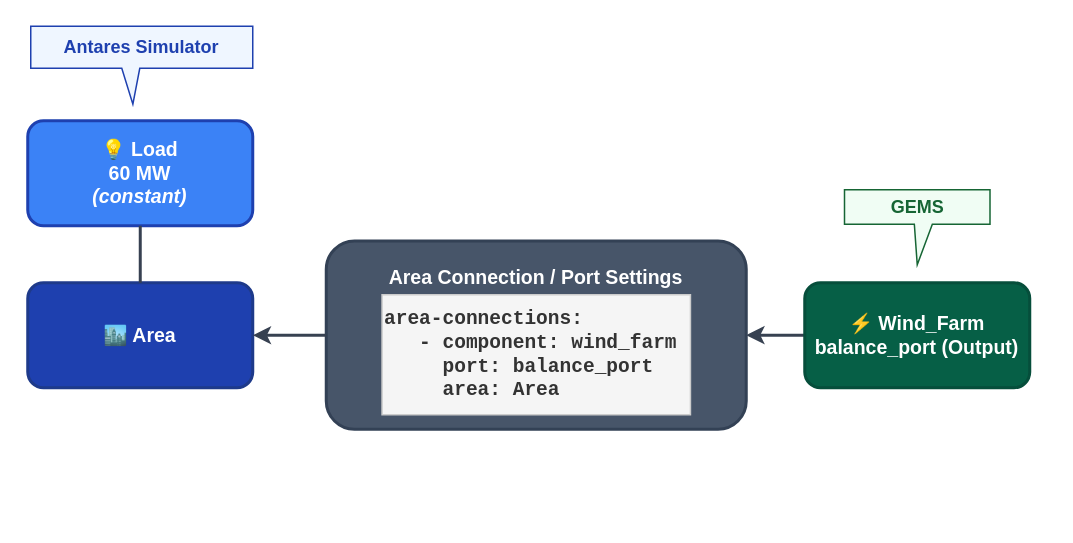
AntaresSimulatorTeam/GEMS keeps this draw.io diagram as doc/assets/4_hybrid_study_scheme.drawio. Above is the earlier version. Source tidied: cells renumbered, new cells numbered last; positions are measured from the earlier drawing's top-left corner, leaving out a move shared by most shapes. Both pictures are drawn from the tidied source at 150%, with x=0, y=0 at pixel (27, 26).
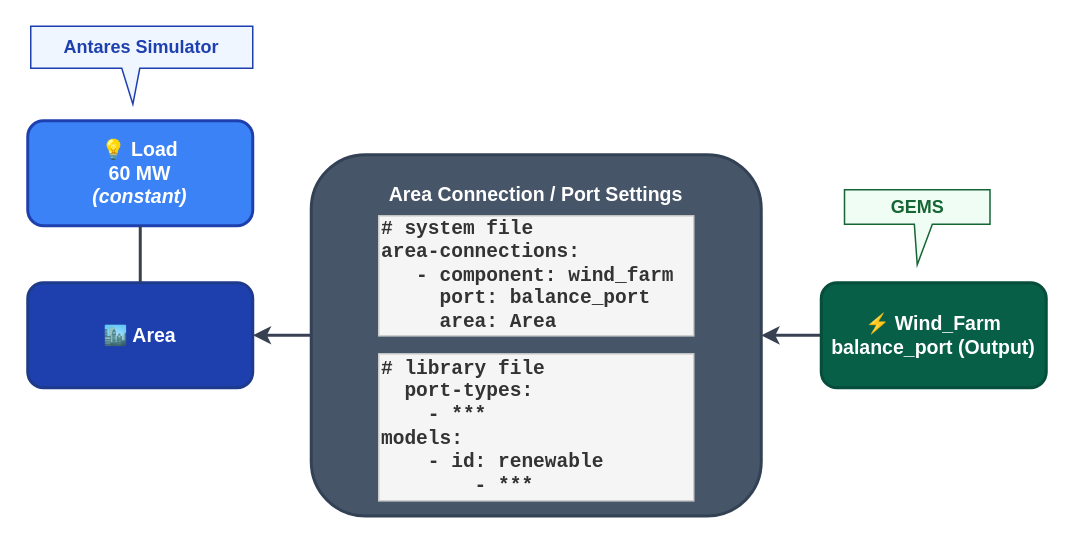
After the change.

The edit, as a diff of the source:
```diff
@@
 <mxGraphModel>
   <root>
     <mxCell id="0" />
     <mxCell id="1" parent="0" />
     <mxCell id="2" value="Antares Simulator" style="shape=callout;whiteSpace=wrap;html=1;perimeter=calloutPerimeter;size=24;position=0.41;fillColor=#EFF6FF;strokeColor=#1E40AF;strokeWidth=1;fontSize=12;fontStyle=1;fontColor=#1E40AF;base=12;position2=0.46;" parent="1" vertex="1">
       <mxGeometry x="2" width="148" height="52" as="geometry" />
     </mxCell>
     <mxCell id="3" value="🏙️ Area" style="rounded=1;whiteSpace=wrap;html=1;fillColor=#1E40AF;strokeColor=#1E3A8A;strokeWidth=2;fontColor=#FFFFFF;fontStyle=1;fontSize=13;" parent="1" vertex="1">
       <mxGeometry y="171" width="150" height="70" as="geometry" />
     </mxCell>
     <mxCell id="4" style="html=1;rounded=1;strokeWidth=2;strokeColor=#374151;exitX=0;exitY=0.5;exitDx=0;exitDy=0;entryX=1;entryY=0.5;entryDx=0;entryDy=0;" parent="1" edge="1" source="6" target="7">
       <mxGeometry relative="1" as="geometry" />
     </mxCell>
     <mxCell id="5" value="GEMS" style="shape=callout;whiteSpace=wrap;html=1;perimeter=calloutPerimeter;size=27;position=0.48;fillColor=#F0FDF4;strokeColor=#166534;strokeWidth=1;fontSize=12;fontStyle=1;fontColor=#166534;base=12;" parent="1" vertex="1">
       <mxGeometry x="544.5" y="109" width="97" height="50" as="geometry" />
     </mxCell>
     <mxCell id="6" value="⚡ Wind_Farm&lt;div&gt;balance_port (Output)&lt;/div&gt;" style="rounded=1;whiteSpace=wrap;html=1;fillColor=#065F46;strokeColor=#064E3B;strokeWidth=2;fontColor=#FFFFFF;fontStyle=1;fontSize=13;" parent="1" vertex="1">
-      <mxGeometry x="518" y="171" width="150" height="70" as="geometry" />
+      <mxGeometry x="529" y="171" width="150" height="70" as="geometry" />
     </mxCell>
-    <mxCell id="7" value="Area Connection /&amp;nbsp;&lt;span style=&quot;background-color: transparent; color: light-dark(rgb(255, 255, 255), rgb(18, 18, 18));&quot;&gt;Port Settings&lt;/span&gt;&lt;div&gt;&lt;br&gt;&lt;/div&gt;&lt;div&gt;&lt;br&gt;&lt;/div&gt;&lt;div&gt;&lt;br&gt;&lt;div&gt;&lt;div&gt;&lt;br&gt;&lt;/div&gt;&lt;/div&gt;&lt;div&gt;&lt;div class=&quot;scriptor-paragraph&quot; style=&quot;text-align: left;&quot;&gt;&amp;nbsp;&lt;/div&gt;&lt;/div&gt;&lt;/div&gt;" style="rounded=1;whiteSpace=wrap;html=1;fillColor=#475569;strokeColor=#334155;strokeWidth=2;fontColor=#FFFFFF;fontStyle=1;fontSize=13;" parent="1" vertex="1">
-      <mxGeometry x="199" y="143.2" width="280" height="125.5" as="geometry" />
+    <mxCell id="7" value="Area Connection /&amp;nbsp;&lt;span style=&quot;background-color: transparent; color: light-dark(rgb(255, 255, 255), rgb(18, 18, 18));&quot;&gt;Port Settings&lt;/span&gt;&lt;div&gt;&lt;br&gt;&lt;/div&gt;&lt;div&gt;&lt;br&gt;&lt;/div&gt;&lt;div&gt;&lt;br&gt;&lt;/div&gt;&lt;div&gt;&lt;br&gt;&lt;/div&gt;&lt;div&gt;&lt;br&gt;&lt;/div&gt;&lt;div&gt;&lt;br&gt;&lt;/div&gt;&lt;div&gt;&lt;br&gt;&lt;div&gt;&lt;br&gt;&lt;/div&gt;&lt;div&gt;&lt;br&gt;&lt;/div&gt;&lt;div&gt;&lt;br&gt;&lt;div&gt;&lt;div&gt;&lt;br&gt;&lt;/div&gt;&lt;/div&gt;&lt;div&gt;&lt;div class=&quot;scriptor-paragraph&quot; style=&quot;text-align: left;&quot;&gt;&amp;nbsp;&lt;/div&gt;&lt;/div&gt;&lt;/div&gt;&lt;/div&gt;" style="rounded=1;whiteSpace=wrap;html=1;fillColor=#475569;strokeColor=#334155;strokeWidth=2;fontColor=#FFFFFF;fontStyle=1;fontSize=13;" parent="1" vertex="1">
+      <mxGeometry x="189" y="85.6" width="300" height="240.9" as="geometry" />
     </mxCell>
     <mxCell id="8" value="💡 Load&lt;br&gt;&lt;div&gt;60 MW&lt;br&gt;&lt;i&gt;(constant)&lt;/i&gt;&lt;/div&gt;" style="rounded=1;whiteSpace=wrap;html=1;fillColor=#3B82F6;strokeColor=#1E40AF;strokeWidth=2;fontColor=#FFFFFF;fontStyle=1;fontSize=13;" parent="1" vertex="1">
       <mxGeometry y="63" width="150" height="70" as="geometry" />
     </mxCell>
     <mxCell id="9" style="endArrow=none;html=1;rounded=1;strokeWidth=2;strokeColor=#374151;exitX=0.5;exitY=1;exitDx=0;exitDy=0;entryX=0.5;entryY=0;entryDx=0;entryDy=0;" parent="1" edge="1" source="8" target="3">
       <mxGeometry relative="1" as="geometry" />
     </mxCell>
     <mxCell id="10" style="html=1;rounded=1;strokeWidth=2;strokeColor=#374151;exitX=0;exitY=0.5;exitDx=0;exitDy=0;entryX=1;entryY=0.5;entryDx=0;entryDy=0;" parent="1" edge="1" source="7" target="3">
       <mxGeometry relative="1" as="geometry" />
     </mxCell>
-    <mxCell id="11" value="&lt;div style=&quot;font-size: 13px; font-family: Courier New; text-align: left;&quot;&gt;&lt;b&gt;area-connections:&lt;/b&gt;&lt;/div&gt;&lt;div style=&quot;font-size: 13px; font-family: Courier New; text-align: left;&quot;&gt;&lt;b&gt;&amp;nbsp;&amp;nbsp; - component: wind_farm&lt;/b&gt;&lt;/div&gt;&lt;div style=&quot;font-size: 13px; font-family: Courier New; text-align: left;&quot;&gt;&lt;b&gt;&amp;nbsp;&amp;nbsp;&amp;nbsp;&amp;nbsp; port: balance_port&lt;/b&gt;&lt;/div&gt;&lt;div style=&quot;font-size: 13px; font-family: Courier New; text-align: left;&quot;&gt;&lt;b&gt;&amp;nbsp;&amp;nbsp;&amp;nbsp;&amp;nbsp; area: Area&lt;/b&gt;&lt;/div&gt;" style="rounded=4;whiteSpace=wrap;html=1;fillColor=#f5f5f5;strokeColor=#cccccc;strokeWidth=1;fontFamily=Courier New;fontSize=13;align=left;fontColor=#333333;" parent="1" vertex="1">
-      <mxGeometry x="236.2" y="179" width="205.6" height="80" as="geometry" />
+    <mxCell id="11" value="&lt;div style=&quot;font-size: 13px; font-family: Courier New; text-align: left;&quot;&gt;&lt;b&gt;# system file&lt;/b&gt;&lt;/div&gt;&lt;div style=&quot;font-size: 13px; font-family: Courier New; text-align: left;&quot;&gt;&lt;b&gt;area-connections:&lt;/b&gt;&lt;/div&gt;&lt;div style=&quot;font-size: 13px; font-family: Courier New; text-align: left;&quot;&gt;&lt;b&gt;&amp;nbsp;&amp;nbsp; - component: wind_farm&lt;/b&gt;&lt;/div&gt;&lt;div style=&quot;font-size: 13px; font-family: Courier New; text-align: left;&quot;&gt;&lt;b&gt;&amp;nbsp;&amp;nbsp;&amp;nbsp;&amp;nbsp; port: balance_port&lt;/b&gt;&lt;/div&gt;&lt;div style=&quot;font-size: 13px; font-family: Courier New; text-align: left;&quot;&gt;&lt;b&gt;&amp;nbsp;&amp;nbsp;&amp;nbsp;&amp;nbsp; area: Area&lt;/b&gt;&lt;/div&gt;" style="rounded=4;whiteSpace=wrap;html=1;fillColor=#f5f5f5;strokeColor=#cccccc;strokeWidth=1;fontFamily=Courier New;fontSize=13;align=left;fontColor=#333333;" parent="1" vertex="1">
+      <mxGeometry x="234" y="126.4" width="210" height="80" as="geometry" />
     </mxCell>
+    <mxCell id="12" value="&lt;div style=&quot;font-size: 13px; font-family: Courier New; text-align: left;&quot;&gt;&lt;b&gt;# library file&amp;nbsp;&lt;/b&gt;&lt;/div&gt;&lt;div style=&quot;text-align: left;&quot;&gt;&lt;div style=&quot;font-family: &amp;quot;Courier New&amp;quot;; font-size: 13px;&quot;&gt;&lt;b&gt;&amp;nbsp; port-types:&lt;/b&gt;&lt;/div&gt;&lt;div style=&quot;font-family: &amp;quot;Courier New&amp;quot;; font-size: 13px;&quot;&gt;&lt;b&gt;&amp;nbsp; &amp;nbsp; - ***&lt;/b&gt;&lt;/div&gt;&lt;div style=&quot;font-family: &amp;quot;Courier New&amp;quot;; font-size: 13px;&quot;&gt;&lt;b&gt;models:&lt;/b&gt;&lt;/div&gt;&lt;div style=&quot;&quot;&gt;&lt;div style=&quot;&quot;&gt;&lt;b&gt;&amp;nbsp; &amp;nbsp; - id: renewable&lt;/b&gt;&lt;/div&gt;&lt;div style=&quot;&quot;&gt;&lt;b&gt;&amp;nbsp; &amp;nbsp; &amp;nbsp; &amp;nbsp; - ***&lt;/b&gt;&lt;/div&gt;&lt;/div&gt;&lt;/div&gt;" style="rounded=4;whiteSpace=wrap;html=1;fillColor=#f5f5f5;strokeColor=#cccccc;strokeWidth=1;fontFamily=Courier New;fontSize=13;align=left;fontColor=#333333;" parent="1" vertex="1">
+      <mxGeometry x="234" y="218.4" width="210" height="98" as="geometry" />
+    </mxCell>
   </root>
 </mxGraphModel>
```
